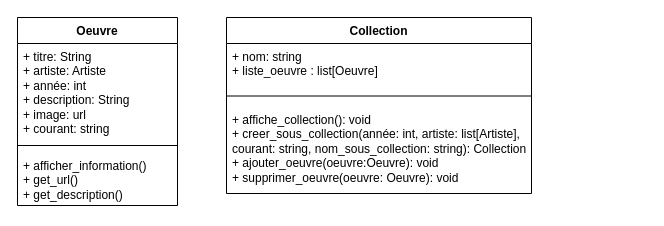
akbarNz/projet_dev_ba2 keeps this draw.io diagram as artefile_uml.drawio. Above is the earlier version. Source tidied: cells renumbered, new cells numbered last; positions are measured from the earlier drawing's top-left corner, leaving out a move shared by most shapes. Both pictures are drawn from the tidied source at 100%, with x=0, y=0 at pixel (17, 17).
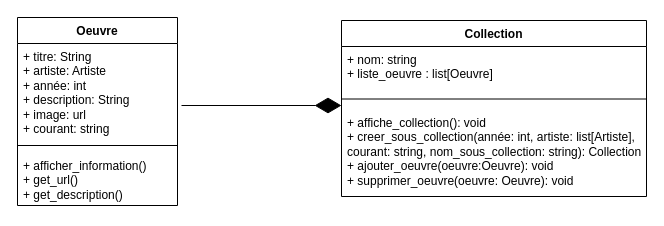
The same page after the edit.

Commit message:
Mettre à jour collection/oeuvre

What changed in the source:
```diff
@@
 <mxGraphModel>
   <root>
     <mxCell id="0" />
     <mxCell id="1" parent="0" />
     <mxCell id="2" value="Oeuvre" style="swimlane;fontStyle=1;align=center;verticalAlign=top;horizontal=1;startSize=26;whiteSpace=wrap;html=1;" parent="1" vertex="1">
       <mxGeometry width="160" height="188" as="geometry" />
     </mxCell>
     <mxCell id="3" value="&lt;span style=&quot;text-wrap-mode: nowrap;&quot;&gt;+ titre: String&lt;/span&gt;&lt;br style=&quot;padding: 0px; margin: 0px; text-wrap-mode: nowrap;&quot;&gt;&lt;span style=&quot;text-wrap-mode: nowrap;&quot;&gt;+ artiste: Artiste&lt;/span&gt;&lt;br style=&quot;padding: 0px; margin: 0px; text-wrap-mode: nowrap;&quot;&gt;&lt;span style=&quot;text-wrap-mode: nowrap;&quot;&gt;+ année: int&lt;/span&gt;&lt;br style=&quot;padding: 0px; margin: 0px; text-wrap-mode: nowrap;&quot;&gt;&lt;span style=&quot;text-wrap-mode: nowrap;&quot;&gt;+ description: String&lt;/span&gt;&lt;br style=&quot;padding: 0px; margin: 0px; text-wrap-mode: nowrap;&quot;&gt;&lt;span style=&quot;text-wrap-mode: nowrap;&quot;&gt;+ image: url&lt;/span&gt;&lt;div&gt;&lt;span style=&quot;text-wrap-mode: nowrap;&quot;&gt;+ courant: string&lt;/span&gt;&lt;/div&gt;&lt;div&gt;&lt;span style=&quot;text-wrap-mode: nowrap;&quot;&gt;&lt;br&gt;&lt;/span&gt;&lt;/div&gt;" style="text;strokeColor=none;fillColor=none;align=left;verticalAlign=top;spacingLeft=4;spacingRight=4;overflow=hidden;whiteSpace=wrap;html=1;" parent="2" vertex="1">
       <mxGeometry y="26" width="160" height="95" as="geometry" />
     </mxCell>
     <mxCell id="4" style="line;strokeWidth=1;fillColor=none;align=left;verticalAlign=middle;spacingTop=-1;spacingLeft=3;spacingRight=3;labelPosition=right;strokeColor=inherit;" parent="2" vertex="1">
       <mxGeometry y="121" width="160" height="14" as="geometry" />
     </mxCell>
     <mxCell id="5" value="+ afficher_information()&lt;div&gt;+ get_url()&lt;/div&gt;&lt;div&gt;+&amp;nbsp;&lt;span style=&quot;background-color: initial;&quot;&gt;get_description()&lt;/span&gt;&lt;/div&gt;" style="text;strokeColor=none;fillColor=none;align=left;verticalAlign=top;spacingLeft=4;spacingRight=4;overflow=hidden;whiteSpace=wrap;html=1;" parent="2" vertex="1">
       <mxGeometry y="135" width="160" height="53" as="geometry" />
     </mxCell>
     <mxCell id="6" value="Collection" style="swimlane;fontStyle=1;align=center;verticalAlign=top;horizontal=1;startSize=26;whiteSpace=wrap;html=1;" parent="1" vertex="1">
-      <mxGeometry x="209" width="305" height="176" as="geometry" />
+      <mxGeometry x="324" y="3" width="305" height="176" as="geometry" />
     </mxCell>
     <mxCell id="7" value="+ nom: string&lt;div&gt;&lt;div&gt;+ liste_oeuvre : list[Oeuvre]&lt;/div&gt;&lt;/div&gt;" style="text;strokeColor=none;fillColor=none;align=left;verticalAlign=top;spacingLeft=4;spacingRight=4;overflow=hidden;whiteSpace=wrap;html=1;" parent="6" vertex="1">
       <mxGeometry y="26" width="305" height="42" as="geometry" />
     </mxCell>
     <mxCell id="8" style="line;strokeWidth=1;fillColor=none;align=left;verticalAlign=middle;spacingTop=-1;spacingLeft=3;spacingRight=3;labelPosition=right;strokeColor=inherit;" parent="6" vertex="1">
       <mxGeometry y="68" width="305" height="21" as="geometry" />
     </mxCell>
     <mxCell id="9" value="+ affiche_collection(): void&lt;div&gt;+ creer_sous_collection(année: int, artiste: list[Artiste], courant: string, nom_sous_collection: string): Collection&lt;/div&gt;&lt;div&gt;+ ajouter_oeuvre(oeuvre:Oeuvre): void&lt;/div&gt;&lt;div&gt;+ supprimer_oeuvre(oeuvre: Oeuvre): void&lt;/div&gt;" style="text;strokeColor=none;fillColor=none;align=left;verticalAlign=top;spacingLeft=4;spacingRight=4;overflow=hidden;whiteSpace=wrap;html=1;" parent="6" vertex="1">
       <mxGeometry y="89" width="305" height="87" as="geometry" />
     </mxCell>
+    <mxCell id="10" style="endArrow=diamondThin;endFill=1;endSize=24;html=1;rounded=0;" parent="1" edge="1">
+      <mxGeometry relative="1" as="geometry">
+        <mxPoint x="164" y="88" as="sourcePoint" />
+        <mxPoint x="324" y="88" as="targetPoint" />
+      </mxGeometry>
+    </mxCell>
   </root>
 </mxGraphModel>
```
